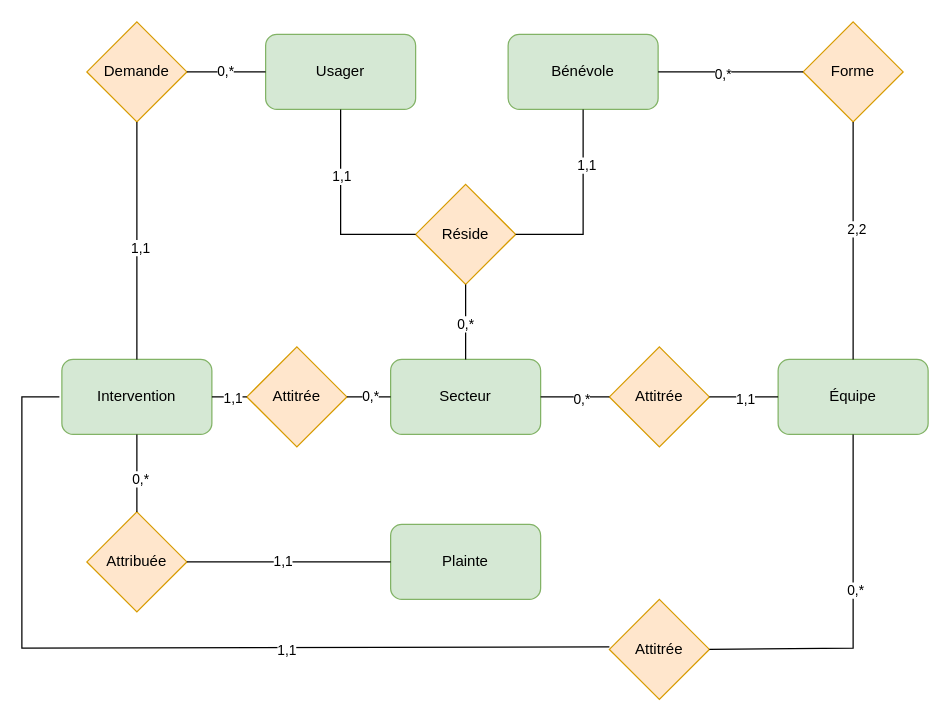
Earlier version of the draw.io diagram projet_session.drawio (oliviernadeau2003/IFT2821-Projet-de-Session). Source tidied: cells renumbered, new cells numbered last; positions are measured from the earlier drawing's top-left corner, leaving out a move shared by most shapes. Both pictures are drawn from the tidied source at 125%, with x=0, y=0 at pixel (21, 21).
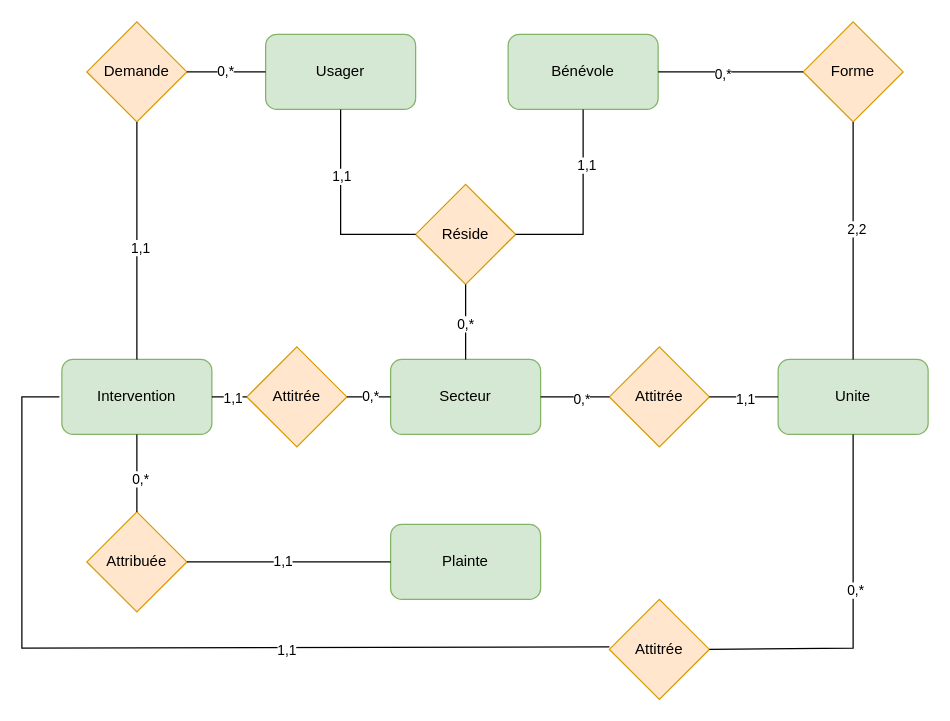
The same page after the edit.

Commit message (it also covers changes not shown here):
Update schema entité-association

Change to the diagram source:
```diff
@@
-    <mxCell id="4" value="Équipe" style="rounded=1;whiteSpace=wrap;html=1;fillColor=#d5e8d4;strokeColor=#82b366;" parent="1" vertex="1">
+    <mxCell id="4" value="Unite" style="rounded=1;whiteSpace=wrap;html=1;fillColor=#d5e8d4;strokeColor=#82b366;" parent="1" vertex="1">
       <mxGeometry x="605" y="270" width="120" height="60" as="geometry" />
     </mxCell>
```
